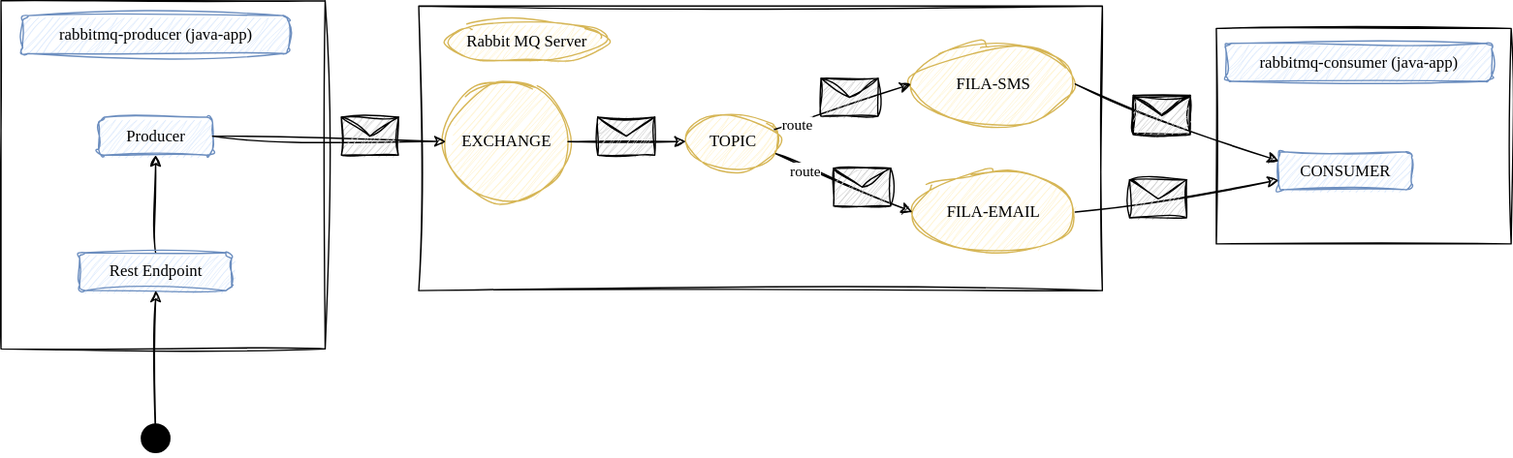
The draw.io diagram rabbitmq/arquitetura.drawio.svg in ramiralvesmelo/spring-boot-projetos, before a commit. Source tidied: cells renumbered, new cells last; positions are measured from the earlier drawing's top-left corner, leaving out a move shared by most shapes. Source of this version:
```xml
<mxGraphModel>
  <root>
    <mxCell id="0" />
    <mxCell id="1" parent="0" />
    <mxCell id="2" style="rounded=0;whiteSpace=wrap;html=1;shadow=0;sketch=1;strokeColor=#000000;fillColor=none;gradientColor=none;curveFitting=1;jiggle=2;fontFamily=Comic Sans MS;" parent="1" vertex="1">
      <mxGeometry x="896" y="20.5" width="217.4" height="159" as="geometry" />
    </mxCell>
    <mxCell id="3" style="rounded=0;whiteSpace=wrap;html=1;shadow=0;sketch=1;strokeColor=#000000;fillColor=none;gradientColor=none;curveFitting=1;jiggle=2;fontFamily=Comic Sans MS;" parent="1" vertex="1">
      <mxGeometry x="308" y="4" width="504" height="210" as="geometry" />
    </mxCell>
    <mxCell id="4" style="rounded=0;whiteSpace=wrap;html=1;shadow=0;sketch=1;strokeColor=#000000;fillColor=none;gradientColor=none;curveFitting=1;jiggle=2;fontFamily=Comic Sans MS;" parent="1" vertex="1">
      <mxGeometry width="239" height="257" as="geometry" />
    </mxCell>
    <mxCell id="5" value="Producer" style="text;html=1;align=center;verticalAlign=middle;points=[];strokeColor=#6c8ebf;fillColor=#dae8fc;rounded=1;shadow=0;sketch=1;curveFitting=1;jiggle=2;fontFamily=Comic Sans MS;" parent="1" vertex="1">
      <mxGeometry x="72" y="86" width="84" height="28" as="geometry" />
    </mxCell>
    <mxCell id="6" value="rabbitmq-producer (java-app)" style="text;html=1;align=center;verticalAlign=middle;strokeColor=#6c8ebf;fillColor=#dae8fc;rounded=1;shadow=0;sketch=1;curveFitting=1;jiggle=2;fontFamily=Comic Sans MS;" parent="1" vertex="1">
      <mxGeometry x="16" y="11" width="196" height="28" as="geometry" />
    </mxCell>
    <mxCell id="7" style="edgeStyle=none;html=1;sketch=1;curveFitting=1;jiggle=2;fontFamily=Comic Sans MS;" parent="1" edge="1" source="8" target="5">
      <mxGeometry relative="1" as="geometry" />
    </mxCell>
    <mxCell id="8" value="Rest Endpoint" style="text;html=1;align=center;verticalAlign=middle;points=[];strokeColor=#6c8ebf;fillColor=#dae8fc;rounded=1;shadow=0;sketch=1;curveFitting=1;jiggle=2;fontFamily=Comic Sans MS;" parent="1" vertex="1">
      <mxGeometry x="58" y="186" width="112" height="28" as="geometry" />
    </mxCell>
    <mxCell id="9" style="edgeStyle=none;html=1;sketch=1;curveFitting=1;jiggle=2;exitX=0.75;exitY=0.275;exitDx=0;exitDy=0;exitPerimeter=0;fontFamily=Comic Sans MS;" parent="1" edge="1" source="32" target="8">
      <mxGeometry relative="1" as="geometry" />
    </mxCell>
    <mxCell id="10" value="Rabbit MQ Server" style="ellipse;whiteSpace=wrap;html=1;rounded=1;shadow=0;sketch=1;strokeColor=#d6b656;fillColor=#fff2cc;curveFitting=1;jiggle=2;fontFamily=Comic Sans MS;" parent="1" vertex="1">
      <mxGeometry x="328" y="15" width="120" height="30" as="geometry" />
    </mxCell>
    <mxCell id="11" value="EXCHANGE" style="ellipse;whiteSpace=wrap;html=1;rounded=1;shadow=0;sketch=1;strokeColor=#d6b656;fillColor=#fff2cc;curveFitting=1;jiggle=2;fontFamily=Comic Sans MS;" parent="1" vertex="1">
      <mxGeometry x="328" y="59" width="90" height="90" as="geometry" />
    </mxCell>
    <mxCell id="12" value="FILA-SMS" style="ellipse;whiteSpace=wrap;html=1;rounded=1;shadow=0;sketch=1;strokeColor=#d6b656;fillColor=#fff2cc;curveFitting=1;jiggle=2;fontFamily=Comic Sans MS;" parent="1" vertex="1">
      <mxGeometry x="672" y="31.5" width="120" height="60" as="geometry" />
    </mxCell>
    <mxCell id="13" value="TOPIC" style="ellipse;whiteSpace=wrap;html=1;rounded=1;shadow=0;sketch=1;strokeColor=#d6b656;fillColor=#fff2cc;curveFitting=1;jiggle=2;fontFamily=Comic Sans MS;" parent="1" vertex="1">
      <mxGeometry x="505" y="84" width="70" height="40" as="geometry" />
    </mxCell>
    <mxCell id="14" value="FILA-EMAIL" style="ellipse;whiteSpace=wrap;html=1;rounded=1;shadow=0;sketch=1;strokeColor=#d6b656;fillColor=#fff2cc;curveFitting=1;jiggle=2;fontFamily=Comic Sans MS;" parent="1" vertex="1">
      <mxGeometry x="672" y="126" width="120" height="60" as="geometry" />
    </mxCell>
    <mxCell id="15" style="endArrow=classic;html=1;exitX=1;exitY=0.75;exitDx=0;exitDy=0;entryX=0;entryY=0.5;entryDx=0;entryDy=0;sketch=1;curveFitting=1;jiggle=2;fontFamily=Comic Sans MS;" parent="1" edge="1" source="13" target="14">
      <mxGeometry relative="1" as="geometry" />
    </mxCell>
    <mxCell id="16" value="route" style="edgeLabel;html=1;align=center;verticalAlign=middle;fontFamily=Comic Sans MS;" parent="15" vertex="1">
      <mxGeometry x="-0.57" y="-3" relative="1" as="geometry" />
    </mxCell>
    <mxCell id="17" style="shape=message;html=1;rounded=1;shadow=0;sketch=1;strokeColor=#000000;fillColor=#C9C9C9;gradientColor=none;curveFitting=1;jiggle=2;fontFamily=Comic Sans MS;" parent="15" vertex="1">
      <mxGeometry width="42" height="28" relative="1" as="geometry">
        <mxPoint x="-8" y="-11" as="offset" />
      </mxGeometry>
    </mxCell>
    <mxCell id="18" style="endArrow=classic;html=1;exitX=1;exitY=0.25;exitDx=0;exitDy=0;entryX=0;entryY=0.5;entryDx=0;entryDy=0;sketch=1;curveFitting=1;jiggle=2;fontFamily=Comic Sans MS;" parent="1" edge="1">
      <mxGeometry relative="1" as="geometry">
        <mxPoint x="570.3" y="95.1" as="sourcePoint" />
        <mxPoint x="671" y="61.5" as="targetPoint" />
      </mxGeometry>
    </mxCell>
    <mxCell id="19" style="shape=message;html=1;rounded=1;shadow=0;sketch=1;strokeColor=#000000;fillColor=#C9C9C9;gradientColor=none;curveFitting=1;jiggle=2;fontFamily=Comic Sans MS;" parent="18" vertex="1">
      <mxGeometry width="42" height="28" relative="1" as="geometry">
        <mxPoint x="-16" y="-21" as="offset" />
      </mxGeometry>
    </mxCell>
    <mxCell id="20" value="route" style="edgeLabel;html=1;align=center;verticalAlign=middle;fontFamily=Comic Sans MS;" parent="18" vertex="1">
      <mxGeometry x="-0.69" y="-2" relative="1" as="geometry" />
    </mxCell>
    <mxCell id="21" style="endArrow=classic;html=1;exitX=1;exitY=0.5;exitDx=0;exitDy=0;entryX=0;entryY=0.5;entryDx=0;entryDy=0;sketch=1;curveFitting=1;jiggle=2;fontFamily=Comic Sans MS;" parent="1" edge="1" source="5" target="11">
      <mxGeometry relative="1" as="geometry" />
    </mxCell>
    <mxCell id="22" style="shape=message;html=1;rounded=1;shadow=0;sketch=1;strokeColor=#000000;fillColor=#C9C9C9;gradientColor=none;curveFitting=1;jiggle=2;fontFamily=Comic Sans MS;" parent="21" vertex="1">
      <mxGeometry width="42" height="28" relative="1" as="geometry">
        <mxPoint x="9" y="-16" as="offset" />
      </mxGeometry>
    </mxCell>
    <mxCell id="23" style="endArrow=classic;html=1;exitX=1;exitY=0.5;exitDx=0;exitDy=0;entryX=0;entryY=0.5;entryDx=0;entryDy=0;sketch=1;curveFitting=1;jiggle=2;fontFamily=Comic Sans MS;" parent="1" edge="1" source="11" target="13">
      <mxGeometry relative="1" as="geometry" />
    </mxCell>
    <mxCell id="24" style="shape=message;html=1;rounded=1;shadow=0;sketch=1;strokeColor=#000000;fillColor=#C9C9C9;gradientColor=none;curveFitting=1;jiggle=2;fontFamily=Comic Sans MS;" parent="23" vertex="1">
      <mxGeometry width="42" height="28" relative="1" as="geometry">
        <mxPoint x="-22" y="-18" as="offset" />
      </mxGeometry>
    </mxCell>
    <mxCell id="25" value="CONSUMER" style="text;html=1;align=center;verticalAlign=middle;points=[];strokeColor=#6c8ebf;fillColor=#dae8fc;rounded=1;shadow=0;sketch=1;curveFitting=1;jiggle=2;fontFamily=Comic Sans MS;" parent="1" vertex="1">
      <mxGeometry x="942" y="111.5" width="98" height="28" as="geometry" />
    </mxCell>
    <mxCell id="26" style="endArrow=classic;html=1;exitX=1;exitY=0.5;exitDx=0;exitDy=0;entryX=0;entryY=0.25;entryDx=0;entryDy=0;sketch=1;curveFitting=1;jiggle=2;fontFamily=Comic Sans MS;" parent="1" edge="1" source="12" target="25">
      <mxGeometry relative="1" as="geometry" />
    </mxCell>
    <mxCell id="27" style="shape=message;html=1;rounded=1;shadow=0;sketch=1;strokeColor=#000000;fillColor=none;gradientColor=none;curveFitting=1;jiggle=2;fontFamily=Comic Sans MS;" parent="26" vertex="1">
      <mxGeometry width="42" height="28" relative="1" as="geometry">
        <mxPoint x="-32" y="-20" as="offset" />
      </mxGeometry>
    </mxCell>
    <mxCell id="28" style="shape=message;html=1;rounded=1;shadow=0;sketch=1;strokeColor=#000000;fillColor=#C9C9C9;gradientColor=none;curveFitting=1;jiggle=2;fontFamily=Comic Sans MS;" parent="26" vertex="1">
      <mxGeometry width="42" height="28" relative="1" as="geometry">
        <mxPoint x="-32" y="-19" as="offset" />
      </mxGeometry>
    </mxCell>
    <mxCell id="29" style="endArrow=classic;html=1;exitX=1;exitY=0.5;exitDx=0;exitDy=0;entryX=0;entryY=0.75;entryDx=0;entryDy=0;sketch=1;curveFitting=1;jiggle=2;fontFamily=Comic Sans MS;" parent="1" edge="1" source="14" target="25">
      <mxGeometry relative="1" as="geometry" />
    </mxCell>
    <mxCell id="30" style="shape=message;html=1;rounded=1;shadow=0;sketch=1;strokeColor=#000000;fillColor=#C9C9C9;gradientColor=none;curveFitting=1;jiggle=2;fontFamily=Comic Sans MS;" parent="29" vertex="1">
      <mxGeometry width="42" height="28" relative="1" as="geometry">
        <mxPoint x="-35" y="-12" as="offset" />
      </mxGeometry>
    </mxCell>
    <mxCell id="31" value="rabbitmq-consumer (java-app)" style="text;html=1;align=center;verticalAlign=middle;strokeColor=#6c8ebf;fillColor=#dae8fc;rounded=1;shadow=0;sketch=1;curveFitting=1;jiggle=2;fontFamily=Comic Sans MS;" parent="1" vertex="1">
      <mxGeometry x="903" y="31.5" width="196" height="28" as="geometry" />
    </mxCell>
    <mxCell id="32" style="shape=waypoint;sketch=0;fillStyle=solid;size=6;points=[];fillColor=none;perimeter=centerPerimeter;snapToPoint=1;rounded=1;shadow=0;strokeColor=#000000;fontStyle=1;strokeWidth=9;fontFamily=Comic Sans MS;" parent="1" vertex="1">
      <mxGeometry x="104" y="313" width="20" height="20" as="geometry" />
    </mxCell>
  </root>
</mxGraphModel>
```
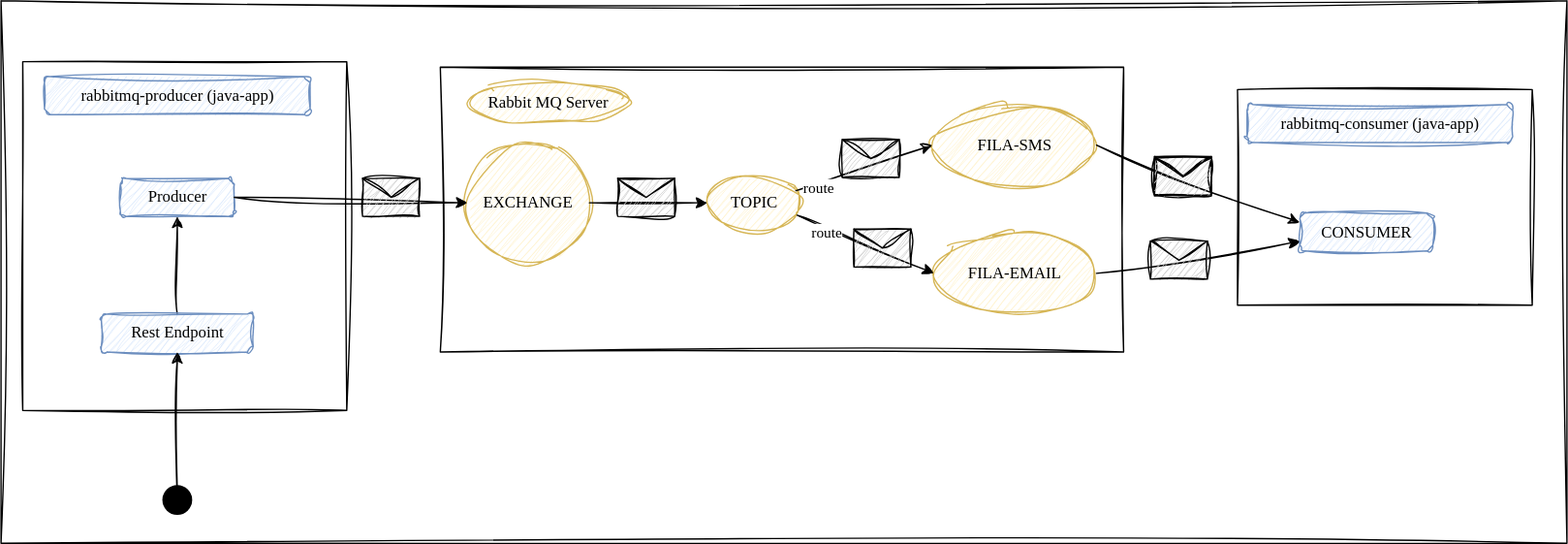
The same diagram one commit later.

Diff of the diagram source:
```diff
@@ -2,6 +2,9 @@
   <root>
     <mxCell id="0" />
     <mxCell id="1" parent="0" />
+    <mxCell id="33" style="rounded=0;whiteSpace=wrap;html=1;sketch=1;curveFitting=1;jiggle=2;" parent="1" vertex="1">
+      <mxGeometry x="-16" y="-45" width="1155" height="400" as="geometry" />
+    </mxCell>
     <mxCell id="2" style="rounded=0;whiteSpace=wrap;html=1;shadow=0;sketch=1;strokeColor=#000000;fillColor=none;gradientColor=none;curveFitting=1;jiggle=2;fontFamily=Comic Sans MS;" parent="1" vertex="1">
       <mxGeometry x="896" y="20.5" width="217.4" height="159" as="geometry" />
     </mxCell>
```
